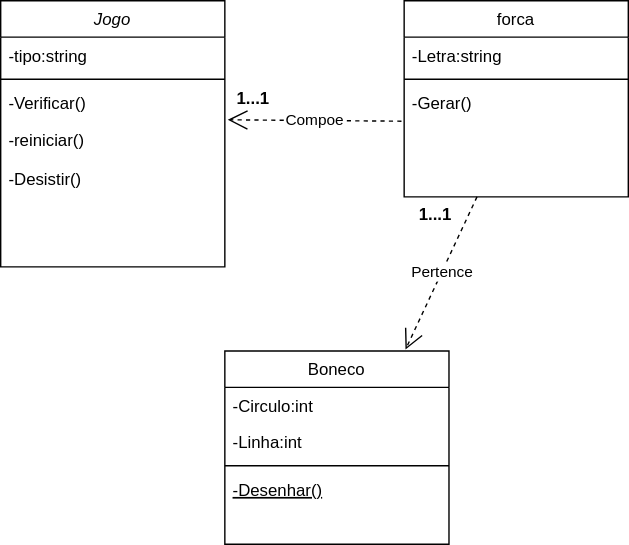
The draw.io diagram diagrama de classe jogo da forca.drawio.svg in Rob3rt2/Jogo_forca, before a commit. Source tidied: cells renumbered, new cells last; positions are measured from the earlier drawing's top-left corner, leaving out a move shared by most shapes.
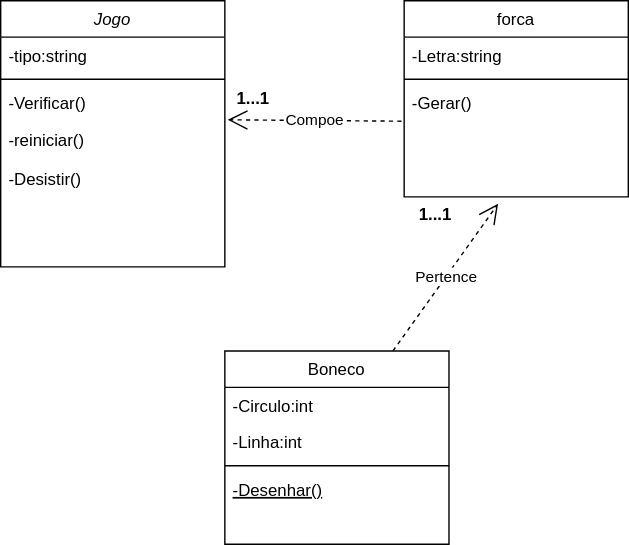
The same file after the commit.

Diff of the diagram source:
```diff
@@ -52,10 +52,8 @@
         <mxPoint x="162.1" y="85" as="targetPoint" />
       </mxGeometry>
     </mxCell>
-    <mxCell id="18" value="Pertence" style="endArrow=open;endSize=12;dashed=1;html=1;rounded=0;entryX=0.806;entryY=-0.007;entryDx=0;entryDy=0;entryPerimeter=0;" parent="1" edge="1" target="8">
-      <mxGeometry relative="1" as="geometry">
-        <mxPoint x="340" y="140" as="sourcePoint" />
-      </mxGeometry>
+    <mxCell id="18" value="Pertence" style="endArrow=open;endSize=12;dashed=1;html=1;rounded=0;entryX=1.063;entryY=0.192;entryDx=0;entryDy=0;entryPerimeter=0;exitX=0.75;exitY=0;exitDx=0;exitDy=0;" parent="1" edge="1" source="8" target="20">
+      <mxGeometry relative="1" as="geometry" />
     </mxCell>
     <mxCell id="19" value="1...1" style="text;align=center;fontStyle=1;verticalAlign=middle;spacingLeft=3;spacingRight=3;strokeColor=none;html=1;" parent="1" vertex="1">
       <mxGeometry x="140" y="57" width="80" height="26" as="geometry" />
```
